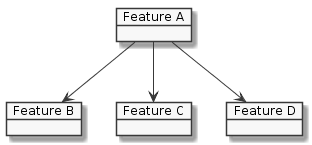
Above: packages/@okta/vuepress-site/.vuepress/public/img/feature-relation.png in okta/okta-developer-docs (PlantUML), before the change.
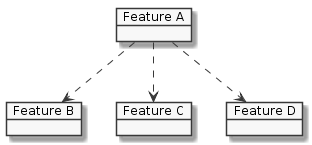
The same file after the commit.

Diff of the diagram source:
```diff
@@ -6,7 +6,7 @@
 object "Feature C" as featC
 object "Feature D" as featD
 
-featA --> featB
-featA --> featC
-featA --> featD
+featA ..> featB
+featA ..> featC
+featA ..> featD
 @enduml
```
